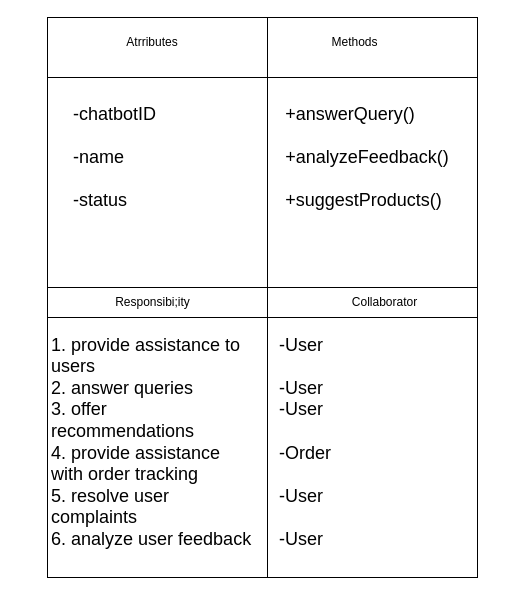
The draw.io diagram Software-Requirement-Specification/Class-Based-Modeling/CRC/Class-Cards/Class Diagram/chatbot.drawio in fiercePanda007/SPL2-EcommerceWebApp, before the edit. Source tidied: cells renumbered, new cells numbered last; positions are measured from the earlier drawing's top-left corner, leaving out a move shared by most shapes. Both pictures are drawn from the tidied source at 100%, with x=0, y=0 at pixel (17, 17).
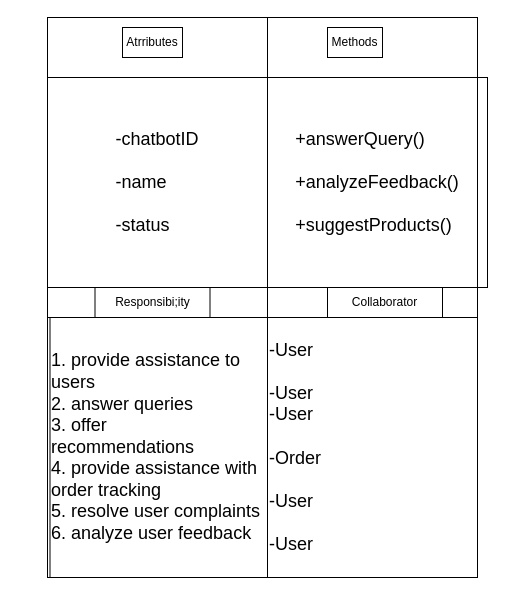
Above is the later version.

What changed in the source:
```diff
@@
-<mxGraphModel>
+<mxGraphModel background="#ffffff">
   <root>
     <mxCell id="0" />
     <mxCell id="1" parent="0" />
-    <mxCell id="2" style="shape=internalStorage;whiteSpace=wrap;html=1;backgroundOutline=1;dx=220;dy=60;" parent="1" vertex="1">
+    <mxCell id="2" style="shape=internalStorage;whiteSpace=wrap;html=1;backgroundOutline=1;dx=220;dy=60;fillColor=none;strokeColor=#000000;fontColor=#000000;" parent="1" vertex="1">
       <mxGeometry x="30" width="430" height="560" as="geometry" />
     </mxCell>
-    <mxCell id="3" value="Atrributes" style="text;html=1;strokeColor=none;fillColor=none;align=center;verticalAlign=middle;whiteSpace=wrap;rounded=0;" parent="1" vertex="1">
+    <mxCell id="3" value="Atrributes" style="text;html=1;strokeColor=#000000;fillColor=none;align=center;verticalAlign=middle;whiteSpace=wrap;rounded=0;fontColor=#000000;" parent="1" vertex="1">
       <mxGeometry x="105" y="10" width="60" height="30" as="geometry" />
     </mxCell>
-    <mxCell id="4" value="Methods" style="text;html=1;strokeColor=none;fillColor=none;align=center;verticalAlign=middle;whiteSpace=wrap;rounded=0;" parent="1" vertex="1">
+    <mxCell id="4" value="Methods" style="text;html=1;strokeColor=#000000;fillColor=none;align=center;verticalAlign=middle;whiteSpace=wrap;rounded=0;fontColor=#000000;" parent="1" vertex="1">
       <mxGeometry x="310" y="10" width="55" height="30" as="geometry" />
     </mxCell>
-    <mxCell id="5" style="endArrow=none;html=1;" parent="1" edge="1" target="2">
+    <mxCell id="5" style="endArrow=none;html=1;fillColor=none;strokeColor=#000000;fontColor=#000000;" parent="1" edge="1" target="2">
       <mxGeometry relative="1" as="geometry">
         <mxPoint x="30" y="270" as="sourcePoint" />
         <Array as="points">
           <mxPoint x="460" y="270" />
         </Array>
       </mxGeometry>
     </mxCell>
-    <mxCell id="6" style="endArrow=none;html=1;" parent="1" edge="1">
+    <mxCell id="6" style="endArrow=none;html=1;fillColor=none;strokeColor=#000000;fontColor=#000000;" parent="1" edge="1">
       <mxGeometry relative="1" as="geometry">
         <mxPoint x="30" y="300" as="sourcePoint" />
         <mxPoint x="460" y="300" as="targetPoint" />
         <Array as="points">
           <mxPoint x="460" y="300" />
         </Array>
       </mxGeometry>
     </mxCell>
-    <mxCell id="7" value="Responsibi;ity" style="text;html=1;strokeColor=none;fillColor=none;align=center;verticalAlign=middle;whiteSpace=wrap;rounded=0;" parent="1" vertex="1">
+    <mxCell id="7" value="Responsibi;ity" style="text;html=1;strokeColor=#000000;fillColor=none;align=center;verticalAlign=middle;whiteSpace=wrap;rounded=0;fontColor=#000000;" parent="1" vertex="1">
       <mxGeometry x="77.5" y="270" width="115" height="30" as="geometry" />
     </mxCell>
-    <mxCell id="8" value="Collaborator" style="text;html=1;strokeColor=none;fillColor=none;align=center;verticalAlign=middle;whiteSpace=wrap;rounded=0;" parent="1" vertex="1">
+    <mxCell id="8" value="Collaborator" style="text;html=1;strokeColor=#000000;fillColor=none;align=center;verticalAlign=middle;whiteSpace=wrap;rounded=0;fontColor=#000000;" parent="1" vertex="1">
       <mxGeometry x="310" y="270" width="115" height="30" as="geometry" />
     </mxCell>
-    <mxCell id="9" value="&lt;div style=&quot;text-align: left;&quot;&gt;&lt;span style=&quot;font-size: 18px;&quot;&gt;-chatbotID&lt;/span&gt;&lt;/div&gt;&lt;div style=&quot;text-align: left;&quot;&gt;&lt;span style=&quot;font-size: 18px;&quot;&gt;&lt;br&gt;&lt;/span&gt;&lt;/div&gt;&lt;div style=&quot;text-align: left;&quot;&gt;&lt;span style=&quot;font-size: 18px;&quot;&gt;-name&lt;/span&gt;&lt;/div&gt;&lt;div style=&quot;text-align: left;&quot;&gt;&lt;span style=&quot;font-size: 18px;&quot;&gt;&lt;br&gt;&lt;/span&gt;&lt;/div&gt;&lt;div style=&quot;text-align: left;&quot;&gt;&lt;span style=&quot;font-size: 18px;&quot;&gt;-status&lt;/span&gt;&lt;/div&gt;" style="text;html=1;strokeColor=none;fillColor=none;align=center;verticalAlign=middle;whiteSpace=wrap;rounded=0;" parent="1" vertex="1">
-      <mxGeometry y="50" width="195" height="180" as="geometry" />
+    <mxCell id="9" value="&lt;div style=&quot;text-align: left;&quot;&gt;&lt;span style=&quot;font-size: 18px;&quot;&gt;-chatbotID&lt;/span&gt;&lt;/div&gt;&lt;div style=&quot;text-align: left;&quot;&gt;&lt;span style=&quot;font-size: 18px;&quot;&gt;&lt;br&gt;&lt;/span&gt;&lt;/div&gt;&lt;div style=&quot;text-align: left;&quot;&gt;&lt;span style=&quot;font-size: 18px;&quot;&gt;-name&lt;/span&gt;&lt;/div&gt;&lt;div style=&quot;text-align: left;&quot;&gt;&lt;span style=&quot;font-size: 18px;&quot;&gt;&lt;br&gt;&lt;/span&gt;&lt;/div&gt;&lt;div style=&quot;text-align: left;&quot;&gt;&lt;span style=&quot;font-size: 18px;&quot;&gt;-status&lt;/span&gt;&lt;/div&gt;" style="text;html=1;strokeColor=#000000;fillColor=none;align=center;verticalAlign=middle;whiteSpace=wrap;rounded=0;fontColor=#000000;" parent="1" vertex="1">
+      <mxGeometry x="30" y="60" width="220" height="210" as="geometry" />
     </mxCell>
-    <mxCell id="10" value="&lt;div style=&quot;text-align: left;&quot;&gt;&lt;span style=&quot;font-size: 18px;&quot;&gt;+answerQuery()&lt;/span&gt;&lt;/div&gt;&lt;div style=&quot;text-align: left;&quot;&gt;&lt;span style=&quot;font-size: 18px;&quot;&gt;&lt;br&gt;&lt;/span&gt;&lt;/div&gt;&lt;div style=&quot;text-align: left;&quot;&gt;&lt;span style=&quot;font-size: 18px;&quot;&gt;+analyzeFeedback()&lt;/span&gt;&lt;/div&gt;&lt;div style=&quot;text-align: left;&quot;&gt;&lt;span style=&quot;font-size: 18px;&quot;&gt;&lt;br&gt;&lt;/span&gt;&lt;/div&gt;&lt;div style=&quot;text-align: left;&quot;&gt;&lt;span style=&quot;font-size: 18px;&quot;&gt;+suggestProducts()&lt;/span&gt;&lt;/div&gt;" style="text;html=1;strokeColor=none;fillColor=none;align=center;verticalAlign=middle;whiteSpace=wrap;rounded=0;" parent="1" vertex="1">
-      <mxGeometry x="260" y="60" width="180" height="160" as="geometry" />
+    <mxCell id="10" value="&lt;div style=&quot;text-align: left;&quot;&gt;&lt;span style=&quot;font-size: 18px;&quot;&gt;+answerQuery()&lt;/span&gt;&lt;/div&gt;&lt;div style=&quot;text-align: left;&quot;&gt;&lt;span style=&quot;font-size: 18px;&quot;&gt;&lt;br&gt;&lt;/span&gt;&lt;/div&gt;&lt;div style=&quot;text-align: left;&quot;&gt;&lt;span style=&quot;font-size: 18px;&quot;&gt;+analyzeFeedback()&lt;/span&gt;&lt;/div&gt;&lt;div style=&quot;text-align: left;&quot;&gt;&lt;span style=&quot;font-size: 18px;&quot;&gt;&lt;br&gt;&lt;/span&gt;&lt;/div&gt;&lt;div style=&quot;text-align: left;&quot;&gt;&lt;span style=&quot;font-size: 18px;&quot;&gt;+suggestProducts()&lt;/span&gt;&lt;/div&gt;" style="text;html=1;strokeColor=#000000;fillColor=none;align=center;verticalAlign=middle;whiteSpace=wrap;rounded=0;fontColor=#000000;" parent="1" vertex="1">
+      <mxGeometry x="250" y="60" width="220" height="210" as="geometry" />
     </mxCell>
-    <mxCell id="11" value="&lt;div style=&quot;text-align: left;&quot;&gt;&lt;span style=&quot;font-size: 18px; background-color: initial;&quot;&gt;1. provide assistance to users&lt;/span&gt;&lt;/div&gt;&lt;span style=&quot;font-size: 18px;&quot;&gt;&lt;div style=&quot;text-align: left;&quot;&gt;&lt;span style=&quot;background-color: initial;&quot;&gt;2. answer queries&lt;/span&gt;&lt;/div&gt;&lt;div style=&quot;text-align: left;&quot;&gt;&lt;span style=&quot;background-color: initial;&quot;&gt;3. offer&lt;/span&gt;&lt;/div&gt;&lt;div style=&quot;text-align: left;&quot;&gt;&lt;span style=&quot;background-color: initial;&quot;&gt;recommendations&lt;/span&gt;&lt;/div&gt;&lt;div style=&quot;text-align: left;&quot;&gt;&lt;span style=&quot;background-color: initial;&quot;&gt;4. provide assistance with order tracking&lt;/span&gt;&lt;/div&gt;&lt;div style=&quot;text-align: left;&quot;&gt;&lt;span style=&quot;background-color: initial;&quot;&gt;5. resolve user complaints&lt;/span&gt;&lt;/div&gt;&lt;div style=&quot;text-align: left;&quot;&gt;&lt;span style=&quot;background-color: initial;&quot;&gt;6. analyze user feedback&lt;/span&gt;&lt;/div&gt;&lt;/span&gt;" style="text;html=1;strokeColor=none;fillColor=none;align=center;verticalAlign=middle;whiteSpace=wrap;rounded=0;" parent="1" vertex="1">
-      <mxGeometry x="32.5" y="310" width="205" height="230" as="geometry" />
+    <mxCell id="11" value="&lt;div style=&quot;text-align: left;&quot;&gt;&lt;span style=&quot;font-size: 18px; background-color: initial;&quot;&gt;1. provide assistance to users&lt;/span&gt;&lt;/div&gt;&lt;span style=&quot;font-size: 18px;&quot;&gt;&lt;div style=&quot;text-align: left;&quot;&gt;&lt;span style=&quot;background-color: initial;&quot;&gt;2. answer queries&lt;/span&gt;&lt;/div&gt;&lt;div style=&quot;text-align: left;&quot;&gt;&lt;span style=&quot;background-color: initial;&quot;&gt;3. offer&lt;/span&gt;&lt;/div&gt;&lt;div style=&quot;text-align: left;&quot;&gt;&lt;span style=&quot;background-color: initial;&quot;&gt;recommendations&lt;/span&gt;&lt;/div&gt;&lt;div style=&quot;text-align: left;&quot;&gt;&lt;span style=&quot;background-color: initial;&quot;&gt;4. provide assistance with order tracking&lt;/span&gt;&lt;/div&gt;&lt;div style=&quot;text-align: left;&quot;&gt;&lt;span style=&quot;background-color: initial;&quot;&gt;5. resolve user complaints&lt;/span&gt;&lt;/div&gt;&lt;div style=&quot;text-align: left;&quot;&gt;&lt;span style=&quot;background-color: initial;&quot;&gt;6. analyze user feedback&lt;/span&gt;&lt;/div&gt;&lt;/span&gt;" style="text;html=1;strokeColor=#000000;fillColor=none;align=center;verticalAlign=middle;whiteSpace=wrap;rounded=0;fontColor=#000000;" parent="1" vertex="1">
+      <mxGeometry x="32.5" y="300" width="217.5" height="260" as="geometry" />
     </mxCell>
-    <mxCell id="12" value="&lt;font style=&quot;font-size: 18px;&quot;&gt;-User&lt;br&gt;&lt;br&gt;-User&lt;br&gt;-User&lt;br&gt;&lt;br&gt;-Order&lt;br&gt;&lt;br&gt;-User&lt;br&gt;&lt;br&gt;-User&lt;br&gt;&lt;/font&gt;" style="text;html=1;strokeColor=none;fillColor=none;align=left;verticalAlign=middle;whiteSpace=wrap;rounded=0;" parent="1" vertex="1">
-      <mxGeometry x="260" y="320" width="190" height="210" as="geometry" />
+    <mxCell id="12" value="&lt;font style=&quot;font-size: 18px;&quot;&gt;-User&lt;br&gt;&lt;br&gt;-User&lt;br&gt;-User&lt;br&gt;&lt;br&gt;-Order&lt;br&gt;&lt;br&gt;-User&lt;br&gt;&lt;br&gt;-User&lt;br&gt;&lt;/font&gt;" style="text;html=1;strokeColor=#000000;fillColor=none;align=left;verticalAlign=middle;whiteSpace=wrap;rounded=0;fontColor=#000000;" parent="1" vertex="1">
+      <mxGeometry x="250" y="300" width="210" height="260" as="geometry" />
     </mxCell>
   </root>
 </mxGraphModel>
```
